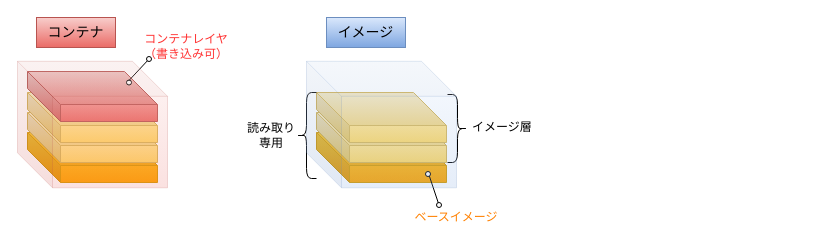
The draw.io diagram page "ページ1" (1 of 2) of 3.2_image_container.drawio in tnaka986/work-container, before the edit. Source tidied: cells renumbered, new cells numbered last; positions are measured from the earlier drawing's top-left corner, leaving out a move shared by most shapes. Both pictures are drawn from the tidied source at 100%, with x=0, y=0 at pixel (17, 17).
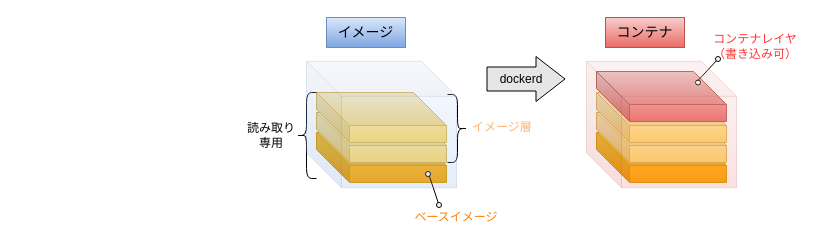
Above is the later version.

Change to the diagram source:
```diff
@@
-    <mxCell id="12" value="イメージ層" style="text;html=1;strokeColor=none;fillColor=none;align=center;verticalAlign=middle;whiteSpace=wrap;rounded=0;fontColor=#000000;" parent="1" vertex="1">
+    <mxCell id="12" value="&lt;font color=&quot;#ffb570&quot;&gt;イメージ層&lt;/font&gt;" style="text;html=1;strokeColor=none;fillColor=none;align=center;verticalAlign=middle;whiteSpace=wrap;rounded=0;fontColor=#000000;" parent="1" vertex="1">
       <mxGeometry x="450" y="95" width="70" height="30" as="geometry" />
     </mxCell>
     <mxCell id="13" style="shape=cube;whiteSpace=wrap;html=1;boundedLbl=1;backgroundOutline=1;darkOpacity=0.05;darkOpacity2=0.1;size=33;fillColor=#ffcd28;strokeColor=#d79b00;gradientColor=#ffa500;" parent="1" vertex="1">
-      <mxGeometry x="10" y="115" width="130" height="50" as="geometry" />
+      <mxGeometry x="579" y="115" width="130" height="50" as="geometry" />
     </mxCell>
     <mxCell id="14" style="shape=cube;whiteSpace=wrap;html=1;boundedLbl=1;backgroundOutline=1;darkOpacity=0.05;darkOpacity2=0.1;size=33;fillColor=#fff2cc;strokeColor=#d6b656;gradientColor=#ffd966;" parent="1" vertex="1">
-      <mxGeometry x="10" y="95" width="130" height="50" as="geometry" />
+      <mxGeometry x="579" y="95" width="130" height="50" as="geometry" />
     </mxCell>
     <mxCell id="15" style="shape=cube;whiteSpace=wrap;html=1;boundedLbl=1;backgroundOutline=1;darkOpacity=0.05;darkOpacity2=0.1;size=33;fillColor=#fff2cc;strokeColor=#d6b656;gradientColor=#ffd966;" parent="1" vertex="1">
-      <mxGeometry x="10" y="75" width="130" height="50" as="geometry" />
+      <mxGeometry x="579" y="75" width="130" height="50" as="geometry" />
     </mxCell>
     <mxCell id="16" style="shape=cube;whiteSpace=wrap;html=1;boundedLbl=1;backgroundOutline=1;darkOpacity=0.05;darkOpacity2=0.1;size=33;fillColor=#f8cecc;strokeColor=#b85450;gradientColor=#ea6b66;" parent="1" vertex="1">
-      <mxGeometry x="10" y="54" width="130" height="50" as="geometry" />
+      <mxGeometry x="579" y="54" width="130" height="50" as="geometry" />
     </mxCell>
     <mxCell id="17" style="endArrow=none;html=1;" parent="1" edge="1" source="20">
       <mxGeometry relative="1" as="geometry">
-        <mxPoint x="129" y="41.5" as="targetPoint" />
+        <mxPoint x="698" y="41.5" as="targetPoint" />
       </mxGeometry>
     </mxCell>
     <mxCell id="18" style="ellipse;whiteSpace=wrap;html=1;" parent="1" vertex="1">
-      <mxGeometry x="109" y="62.5" width="5" height="5" as="geometry" />
+      <mxGeometry x="678" y="62.5" width="5" height="5" as="geometry" />
     </mxCell>
     <mxCell id="19" value="コンテナレイヤ&lt;br&gt;（書き込み可）" style="text;html=1;strokeColor=none;fillColor=none;align=center;verticalAlign=middle;whiteSpace=wrap;rounded=0;fontColor=#FF3333;" parent="1" vertex="1">
-      <mxGeometry x="109" y="14" width="120" height="30" as="geometry" />
+      <mxGeometry x="678" y="14" width="120" height="30" as="geometry" />
     </mxCell>
     <mxCell id="20" style="ellipse;whiteSpace=wrap;html=1;" parent="1" vertex="1">
-      <mxGeometry x="129" y="39" width="5" height="5" as="geometry" />
+      <mxGeometry x="698" y="39" width="5" height="5" as="geometry" />
     </mxCell>
     <mxCell id="21" style="endArrow=none;html=1;" parent="1" edge="1" target="20">
       <mxGeometry relative="1" as="geometry">
-        <mxPoint x="111" y="63.5" as="sourcePoint" />
+        <mxPoint x="680" y="63.5" as="sourcePoint" />
       </mxGeometry>
     </mxCell>
     <mxCell id="22" style="shape=cube;whiteSpace=wrap;html=1;boundedLbl=1;backgroundOutline=1;darkOpacity=0.05;darkOpacity2=0.1;fontSize=14;gradientColor=#ea6b66;fillColor=#f8cecc;strokeColor=#b85450;opacity=20;size=35;" parent="1" vertex="1">
-      <mxGeometry y="43.8" width="150" height="126.5" as="geometry" />
+      <mxGeometry x="569" y="43.8" width="150" height="126.5" as="geometry" />
     </mxCell>
@@
     <mxCell id="24" value="コンテナ" style="rounded=0;whiteSpace=wrap;html=1;fontSize=14;gradientColor=#ea6b66;fillColor=#f8cecc;strokeColor=#b85450;" parent="1" vertex="1">
-      <mxGeometry x="19" width="79" height="30" as="geometry" />
+      <mxGeometry x="588" width="79" height="30" as="geometry" />
     </mxCell>
@@
+    <mxCell id="26" style="shape=flexArrow;endArrow=classic;html=1;width=24;endSize=9.33;fillColor=#E6E6E6;" parent="1" edge="1">
+      <mxGeometry relative="1" as="geometry">
+        <mxPoint x="469" y="61.5" as="sourcePoint" />
+        <mxPoint x="548" y="61.5" as="targetPoint" />
+      </mxGeometry>
+    </mxCell>
+    <mxCell id="27" value="dockerd" style="text;html=1;strokeColor=none;fillColor=none;align=center;verticalAlign=middle;whiteSpace=wrap;rounded=0;fontColor=#000000;" parent="1" vertex="1">
+      <mxGeometry x="479" y="47" width="50" height="30" as="geometry" />
+    </mxCell>
```
